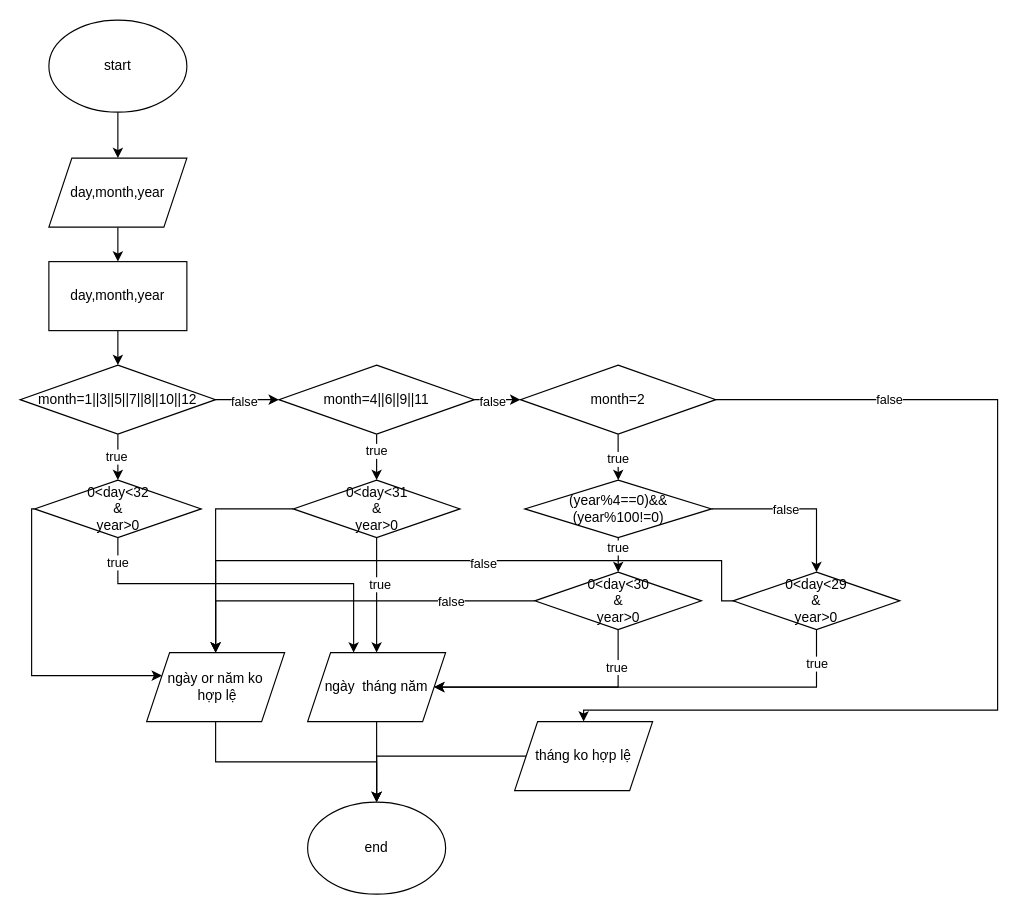
Before: page "Page-5" (5 of 7) of ss4.drawio in VNGrikke/ss4laptrinhc, a draw.io diagram. Source tidied: cells renumbered, new cells numbered last; positions are measured from the earlier drawing's top-left corner, leaving out a move shared by most shapes. Both pictures are drawn from the tidied source at 115%, with x=0, y=0 at pixel (20, 20).
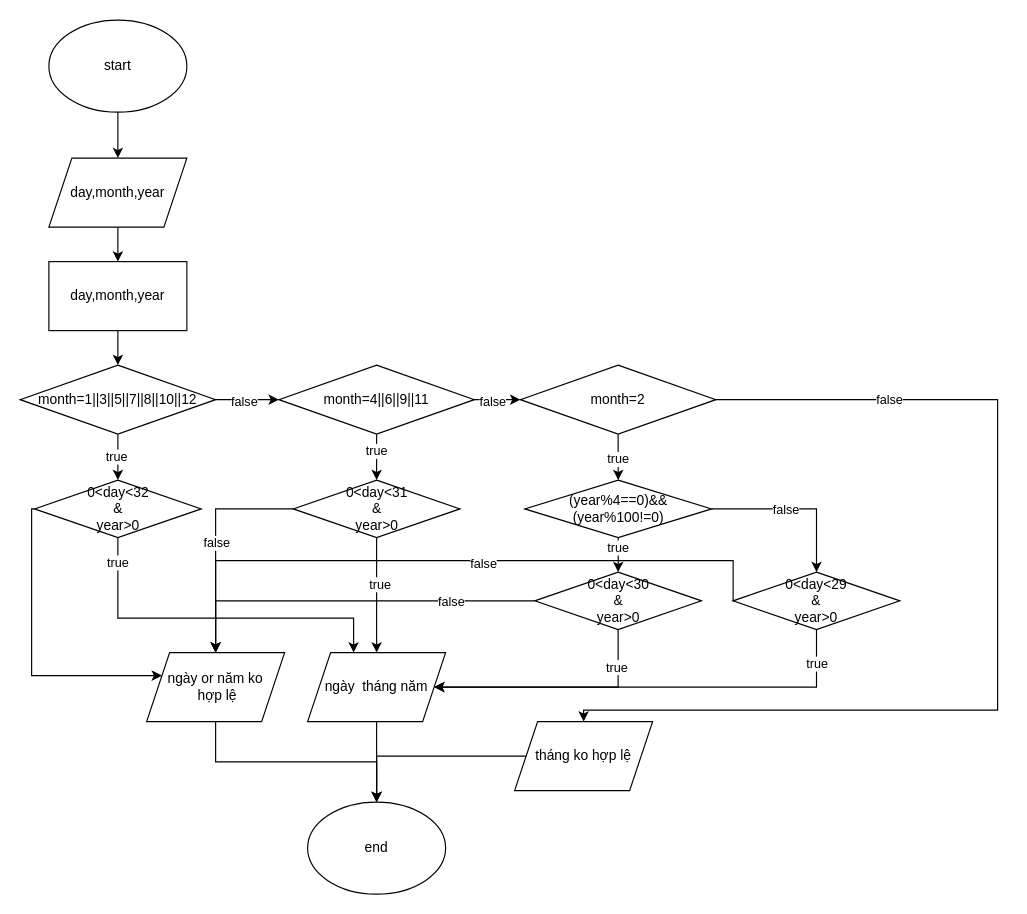
After the change.

Unchanged cells that the change refers to:
```xml
<mxCell id="26" value="0&amp;lt;day&amp;lt;32&lt;br&gt;&amp;amp;&lt;br&gt;year&amp;gt;0" style="rhombus;whiteSpace=wrap;html=1;" parent="1" vertex="1">
  <mxGeometry x="12.5" y="400" width="145" height="50" as="geometry" />
</mxCell>
<mxCell id="28" value="ngày&amp;nbsp; tháng năm" style="shape=parallelogram;perimeter=parallelogramPerimeter;whiteSpace=wrap;html=1;fixedSize=1;" parent="1" vertex="1">
  <mxGeometry x="250" y="550" width="120" height="60" as="geometry" />
</mxCell>
<mxCell id="29" style="edgeStyle=orthogonalEdgeStyle;rounded=0;jettySize=auto;html=1;exitX=0;exitY=0.5;exitDx=0;exitDy=0;" parent="1" edge="1" source="32" target="34">
  <mxGeometry relative="1" as="geometry" />
</mxCell>
<mxCell id="34" value="ngày or năm ko&lt;br&gt;&amp;nbsp;hợp lệ" style="shape=parallelogram;perimeter=parallelogramPerimeter;whiteSpace=wrap;html=1;fixedSize=1;" parent="1" vertex="1">
  <mxGeometry x="110" y="550" width="120" height="60" as="geometry" />
</mxCell>
<mxCell id="49" value="0&amp;lt;day&amp;lt;29&lt;br&gt;&amp;amp;&lt;br&gt;year&amp;gt;0" style="rhombus;whiteSpace=wrap;html=1;" parent="1" vertex="1">
  <mxGeometry x="620" y="480" width="145" height="50" as="geometry" />
</mxCell>
```

Diff of the diagram source:
```diff
@@
     <mxCell id="23" style="edgeStyle=orthogonalEdgeStyle;rounded=0;jettySize=auto;html=1;" parent="1" edge="1" source="26" target="28">
       <mxGeometry relative="1" as="geometry">
         <Array as="points">
-          <mxPoint x="85" y="490" />
-          <mxPoint x="290" y="490" />
+          <mxPoint x="85" y="520" />
+          <mxPoint x="290" y="520" />
         </Array>
       </mxGeometry>
     </mxCell>
@@
+    <mxCell id="53" value="false" style="edgeLabel;html=1;align=center;verticalAlign=middle;" parent="29" vertex="1">
+      <mxGeometry x="0.01" relative="1" as="geometry" />
+    </mxCell>
@@
     <mxCell id="45" style="edgeStyle=orthogonalEdgeStyle;rounded=0;jettySize=auto;html=1;exitX=0;exitY=1;exitDx=0;exitDy=0;" parent="1" edge="1" source="49" target="34">
       <mxGeometry relative="1" as="geometry">
         <Array as="points">
           <mxPoint x="656" y="505" />
-          <mxPoint x="610" y="505" />
-          <mxPoint x="610" y="470" />
+          <mxPoint x="620" y="505" />
+          <mxPoint x="620" y="470" />
           <mxPoint x="170" y="470" />
         </Array>
       </mxGeometry>
     </mxCell>
```
